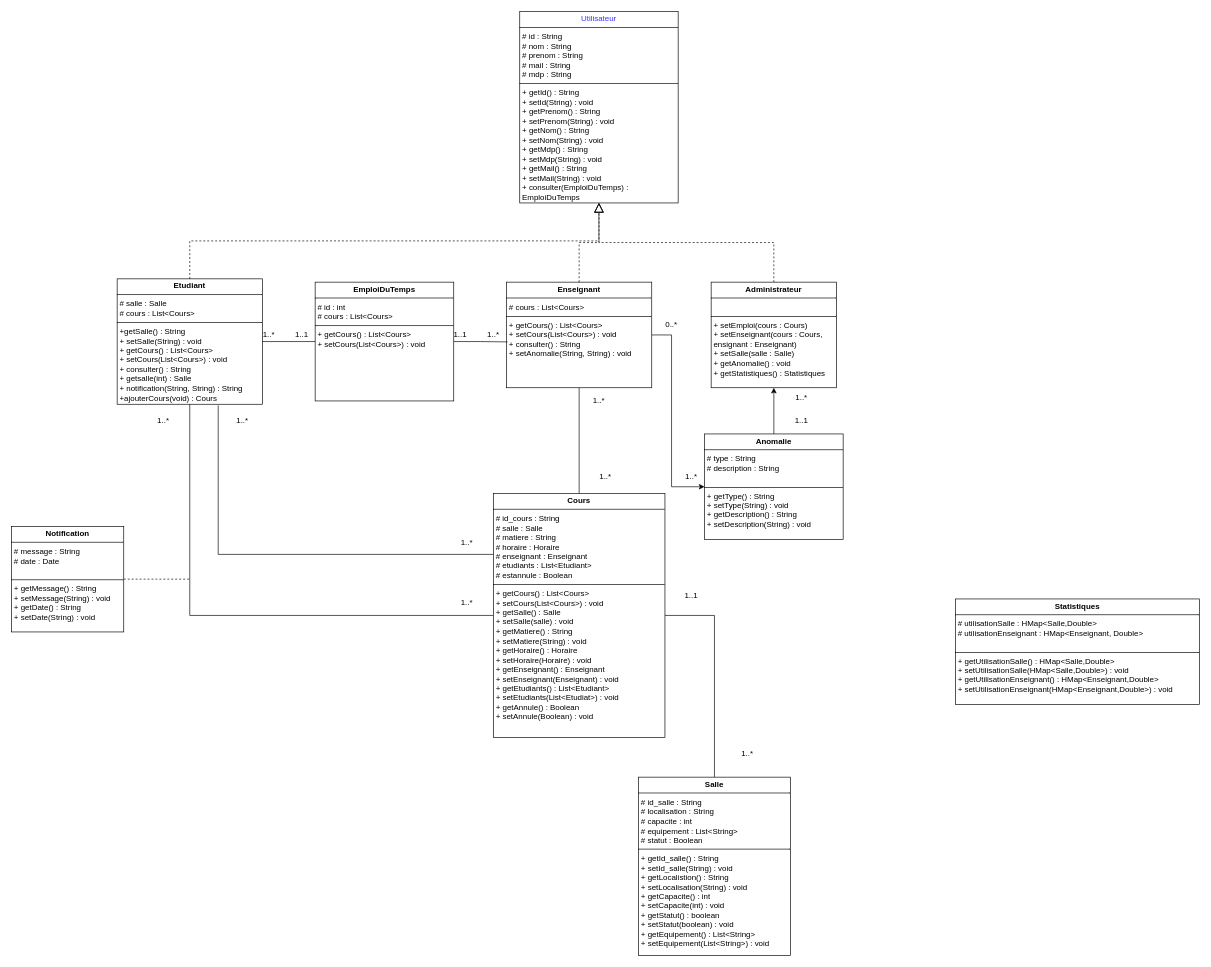
Above: JavaUML.drawio in Dimmis5/Projet_java (draw.io), before the change. Source tidied: cells renumbered, new cells numbered last; positions are measured from the earlier drawing's top-left corner, leaving out a move shared by most shapes. Both pictures are drawn from the tidied source at 66%, with x=0, y=0 at pixel (11, 11).
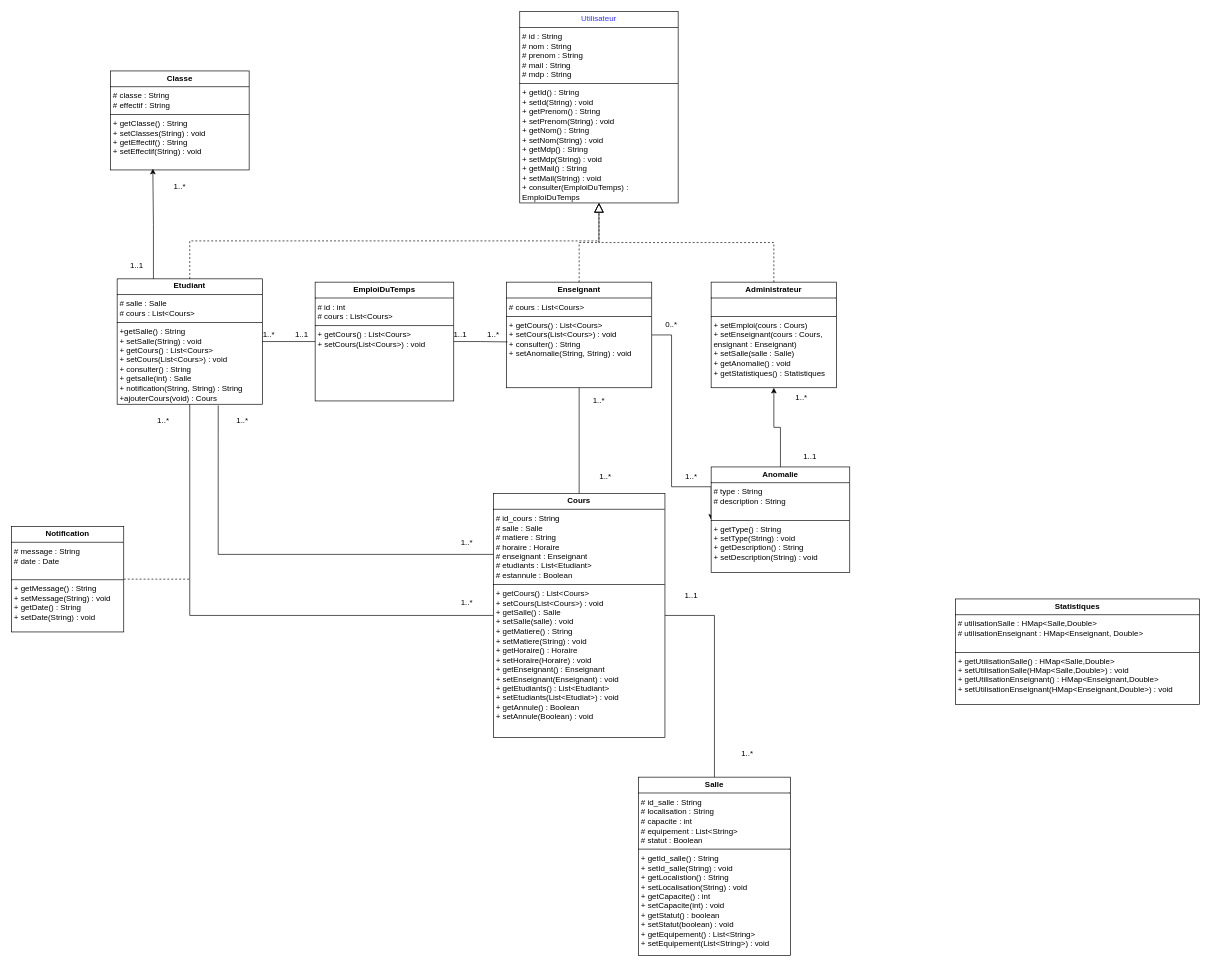
The same diagram, later.

Commit message:
Mettre à jour JavaUML.drawio

The change refers to these unchanged cells:
```xml
<mxCell id="2" value="&lt;p style=&quot;margin:0px;margin-top:4px;text-align:center;&quot;&gt;&lt;b&gt;Etudiant&lt;/b&gt;&lt;/p&gt;&lt;hr size=&quot;1&quot; style=&quot;border-style:solid;&quot;&gt;&lt;p style=&quot;margin:0px;margin-left:4px;&quot;&gt;&lt;span style=&quot;background-color: transparent; color: light-dark(rgb(0, 0, 0), rgb(255, 255, 255));&quot;&gt;# salle : Salle&amp;nbsp;&lt;/span&gt;&lt;/p&gt;&lt;p style=&quot;margin:0px;margin-left:4px;&quot;&gt;&lt;span style=&quot;background-color: transparent; color: light-dark(rgb(0, 0, 0), rgb(255, 255, 255));&quot;&gt;# cours : List&amp;lt;Cours&amp;gt;&lt;/span&gt;&lt;/p&gt;&lt;hr size=&quot;1&quot; style=&quot;border-style:solid;&quot;&gt;&lt;p style=&quot;margin: 0px 0px 0px 4px;&quot;&gt;&lt;span style=&quot;background-color: transparent; color: light-dark(rgb(0, 0, 0), rgb(255, 255, 255));&quot;&gt;+getSalle() : String&lt;/span&gt;&lt;/p&gt;&lt;p style=&quot;margin: 0px 0px 0px 4px;&quot;&gt;+ setSalle(String) : void&lt;/p&gt;&lt;p style=&quot;margin:0px;margin-left:4px;&quot;&gt;+ getCours() : List&amp;lt;Cours&amp;gt;&lt;/p&gt;&lt;p style=&quot;margin:0px;margin-left:4px;&quot;&gt;+ setCours(List&amp;lt;Cours&amp;gt;) : void&lt;/p&gt;&lt;p style=&quot;margin:0px;margin-left:4px;&quot;&gt;+ consulter() : String&lt;/p&gt;&lt;p style=&quot;margin:0px;margin-left:4px;&quot;&gt;+ getsalle(int) : Salle&lt;/p&gt;&lt;p style=&quot;margin:0px;margin-left:4px;&quot;&gt;+ notification(String, String) : String&lt;/p&gt;&lt;p style=&quot;margin:0px;margin-left:4px;&quot;&gt;+ajouterCours(void) : Cours&lt;/p&gt;&lt;p style=&quot;margin:0px;margin-left:4px;&quot;&gt;&lt;br&gt;&lt;/p&gt;" style="verticalAlign=top;align=left;overflow=fill;html=1;whiteSpace=wrap;" parent="1" vertex="1">
  <mxGeometry x="160" y="405" width="220" height="190" as="geometry" />
</mxCell>
```

What changed in the source:
```diff
@@
     <mxCell id="13" value="&lt;p style=&quot;margin:0px;margin-top:4px;text-align:center;&quot;&gt;&lt;b&gt;Anomalie&lt;/b&gt;&lt;/p&gt;&lt;hr size=&quot;1&quot; style=&quot;border-style:solid;&quot;&gt;&lt;p style=&quot;margin:0px;margin-left:4px;&quot;&gt;# type : String&lt;/p&gt;&lt;p style=&quot;margin:0px;margin-left:4px;&quot;&gt;&lt;span style=&quot;background-color: transparent; color: light-dark(rgb(0, 0, 0), rgb(255, 255, 255));&quot;&gt;# description : String&lt;/span&gt;&lt;/p&gt;&lt;p style=&quot;margin:0px;margin-left:4px;&quot;&gt;&lt;br&gt;&lt;/p&gt;&lt;hr size=&quot;1&quot; style=&quot;border-style:solid;&quot;&gt;&lt;p style=&quot;margin: 0px 0px 0px 4px;&quot;&gt;+ getType() : String&lt;/p&gt;&lt;p style=&quot;margin: 0px 0px 0px 4px;&quot;&gt;+ setType(String) : void&lt;/p&gt;&lt;p style=&quot;margin: 0px 0px 0px 4px;&quot;&gt;+ getDescription() : String&lt;/p&gt;&lt;p style=&quot;margin: 0px 0px 0px 4px;&quot;&gt;+ setDescription(String) : void&lt;/p&gt;&lt;div&gt;&lt;br&gt;&lt;/div&gt;" style="verticalAlign=top;align=left;overflow=fill;html=1;whiteSpace=wrap;" parent="1" vertex="1">
-      <mxGeometry x="1050" y="640" width="210" height="160" as="geometry" />
+      <mxGeometry x="1060" y="690" width="210" height="160" as="geometry" />
     </mxCell>
@@
     <mxCell id="34" value="1..1" style="text;html=1;align=center;verticalAlign=middle;whiteSpace=wrap;rounded=0;" parent="1" vertex="1">
-      <mxGeometry x="1167" y="605" width="60" height="30" as="geometry" />
+      <mxGeometry x="1180" y="660" width="60" height="30" as="geometry" />
     </mxCell>
@@
+    <mxCell id="40" value="&lt;p style=&quot;margin:0px;margin-top:4px;text-align:center;&quot;&gt;&lt;b&gt;Classe&lt;/b&gt;&lt;/p&gt;&lt;hr size=&quot;1&quot; style=&quot;border-style:solid;&quot;&gt;&lt;p style=&quot;margin:0px;margin-left:4px;&quot;&gt;# classe : String&lt;/p&gt;&lt;p style=&quot;margin:0px;margin-left:4px;&quot;&gt;# effectif : String&lt;br&gt;&lt;/p&gt;&lt;hr size=&quot;1&quot; style=&quot;border-style:solid;&quot;&gt;&lt;p style=&quot;margin:0px;margin-left:4px;&quot;&gt;&lt;span style=&quot;background-color: transparent; color: light-dark(rgb(0, 0, 0), rgb(255, 255, 255));&quot;&gt;+ getClasse() : String&lt;/span&gt;&lt;/p&gt;&lt;p style=&quot;margin: 0px 0px 0px 4px;&quot;&gt;+ setClasses(String) : void&lt;/p&gt;&lt;p style=&quot;margin: 0px 0px 0px 4px;&quot;&gt;+ getEffectif() : String&lt;/p&gt;&lt;p style=&quot;margin: 0px 0px 0px 4px;&quot;&gt;+ setEffectif(String) : void&lt;/p&gt;" style="verticalAlign=top;align=left;overflow=fill;html=1;whiteSpace=wrap;" parent="1" vertex="1">
+      <mxGeometry x="150" y="90" width="210" height="150" as="geometry" />
+    </mxCell>
+    <mxCell id="41" style="edgeStyle=orthogonalEdgeStyle;rounded=0;jettySize=auto;html=1;exitX=0.25;exitY=0;exitDx=0;exitDy=0;entryX=0.305;entryY=0.987;entryDx=0;entryDy=0;entryPerimeter=0;" parent="1" edge="1" source="2" target="40">
+      <mxGeometry relative="1" as="geometry" />
+    </mxCell>
+    <mxCell id="42" value="1..*" style="text;html=1;align=center;verticalAlign=middle;whiteSpace=wrap;rounded=0;" parent="1" vertex="1">
+      <mxGeometry x="225" y="250" width="60" height="30" as="geometry" />
+    </mxCell>
+    <mxCell id="43" value="1..1" style="text;html=1;align=center;verticalAlign=middle;whiteSpace=wrap;rounded=0;" parent="1" vertex="1">
+      <mxGeometry x="160" y="370" width="60" height="30" as="geometry" />
+    </mxCell>
```
